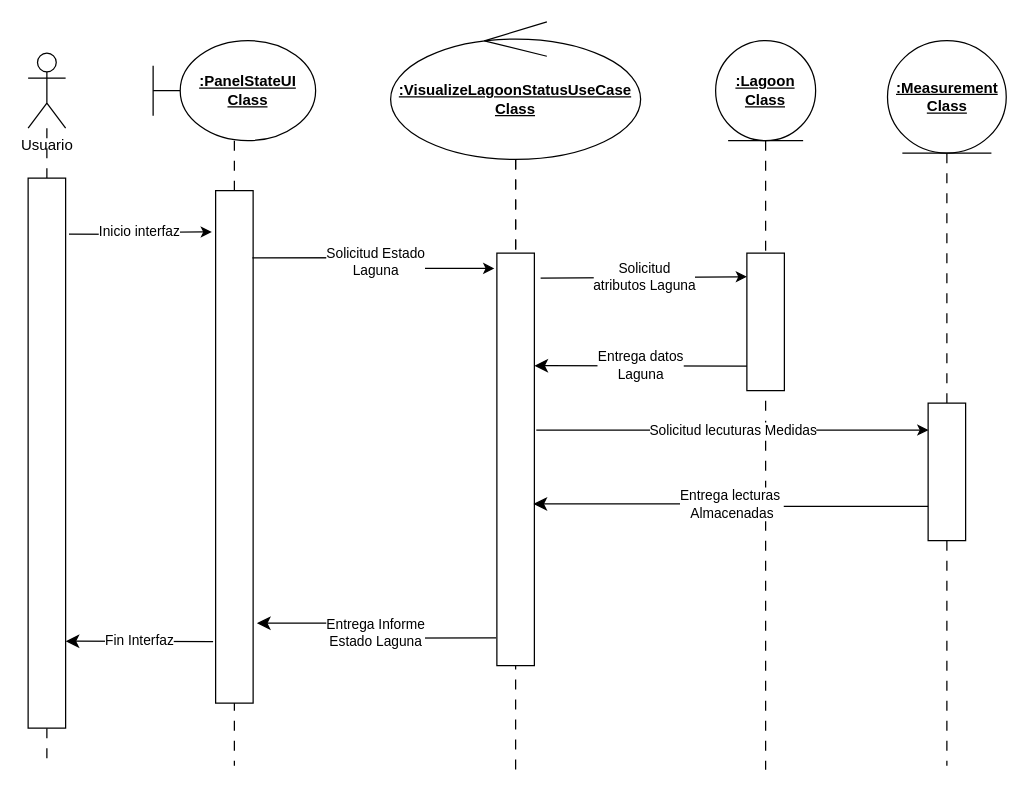
This is docs/Diagramas/Draw Files/VisualizarEstadoDeLagunaUC/Diagrama de Secuencia.drawio from cataaap24/LaVenturosa, a draw.io file, before an edit. Source tidied: cells renumbered, new cells numbered last; positions are measured from the earlier drawing's top-left corner, leaving out a move shared by most shapes. Both pictures are drawn from the tidied source at 125%, with x=0, y=0 at pixel (28, 21).
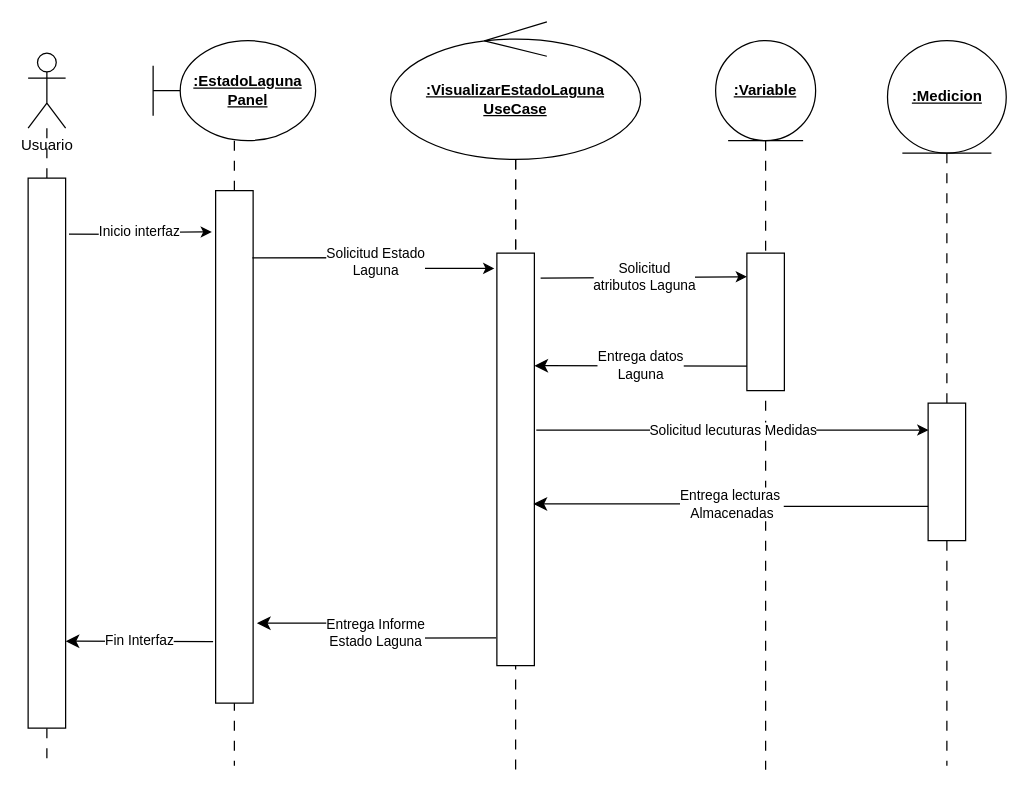
The same page after the edit.

Commit message (it also covers changes not shown here):
Localize VisualizarEstadoDeLaguna diagrams

The edit, as a diff of the source:
```diff
@@
-    <mxCell id="5" value="&lt;u&gt;&lt;b&gt;:PanelStateUI&lt;/b&gt;&lt;/u&gt;&lt;div&gt;&lt;u&gt;&lt;b&gt;Class&lt;/b&gt;&lt;/u&gt;&lt;/div&gt;" style="shape=umlBoundary;whiteSpace=wrap;html=1;" parent="1" vertex="1">
+    <mxCell id="5" value="&lt;u&gt;&lt;b&gt;:EstadoLaguna&lt;br&gt;&lt;/b&gt;&lt;/u&gt;&lt;div&gt;&lt;u&gt;&lt;b&gt;Panel&lt;/b&gt;&lt;/u&gt;&lt;/div&gt;" style="shape=umlBoundary;whiteSpace=wrap;html=1;" parent="1" vertex="1">
       <mxGeometry x="100" y="15" width="130" height="80" as="geometry" />
     </mxCell>
@@
-    <mxCell id="7" value="&lt;u&gt;&lt;b&gt;:VisualizeLagoonStatusUseCase&lt;/b&gt;&lt;/u&gt;&lt;div&gt;&lt;u&gt;&lt;b&gt;Class&lt;/b&gt;&lt;/u&gt;&lt;/div&gt;" style="ellipse;shape=umlControl;whiteSpace=wrap;html=1;" parent="1" vertex="1">
+    <mxCell id="7" value="&lt;b&gt;&lt;u&gt;:VisualizarEstadoLaguna&lt;/u&gt;&lt;/b&gt;&lt;div&gt;&lt;b&gt;&lt;u&gt;UseCase&lt;/u&gt;&lt;/b&gt;&lt;/div&gt;" style="ellipse;shape=umlControl;whiteSpace=wrap;html=1;" parent="1" vertex="1">
       <mxGeometry x="290" width="200" height="110" as="geometry" />
     </mxCell>
@@
-    <mxCell id="9" value="&lt;u&gt;&lt;b&gt;:Lagoon&lt;/b&gt;&lt;/u&gt;&lt;div&gt;&lt;u&gt;&lt;b&gt;Class&lt;/b&gt;&lt;/u&gt;&lt;/div&gt;" style="ellipse;shape=umlEntity;whiteSpace=wrap;html=1;" parent="1" vertex="1">
+    <mxCell id="9" value="&lt;u&gt;&lt;b&gt;:Variable&lt;br&gt;&lt;/b&gt;&lt;/u&gt;" style="ellipse;shape=umlEntity;whiteSpace=wrap;html=1;" parent="1" vertex="1">
       <mxGeometry x="550" y="15" width="80" height="80" as="geometry" />
     </mxCell>
@@
-    <mxCell id="11" value="&lt;b&gt;&lt;u&gt;:Measurement&lt;/u&gt;&lt;/b&gt;&lt;div&gt;&lt;b&gt;&lt;u&gt;Class&lt;/u&gt;&lt;/b&gt;&lt;/div&gt;" style="ellipse;shape=umlEntity;whiteSpace=wrap;html=1;" parent="1" vertex="1">
+    <mxCell id="11" value="&lt;b&gt;&lt;u&gt;:Medicion&lt;/u&gt;&lt;/b&gt;" style="ellipse;shape=umlEntity;whiteSpace=wrap;html=1;" parent="1" vertex="1">
       <mxGeometry x="687.5" y="15" width="95" height="90" as="geometry" />
     </mxCell>
```
